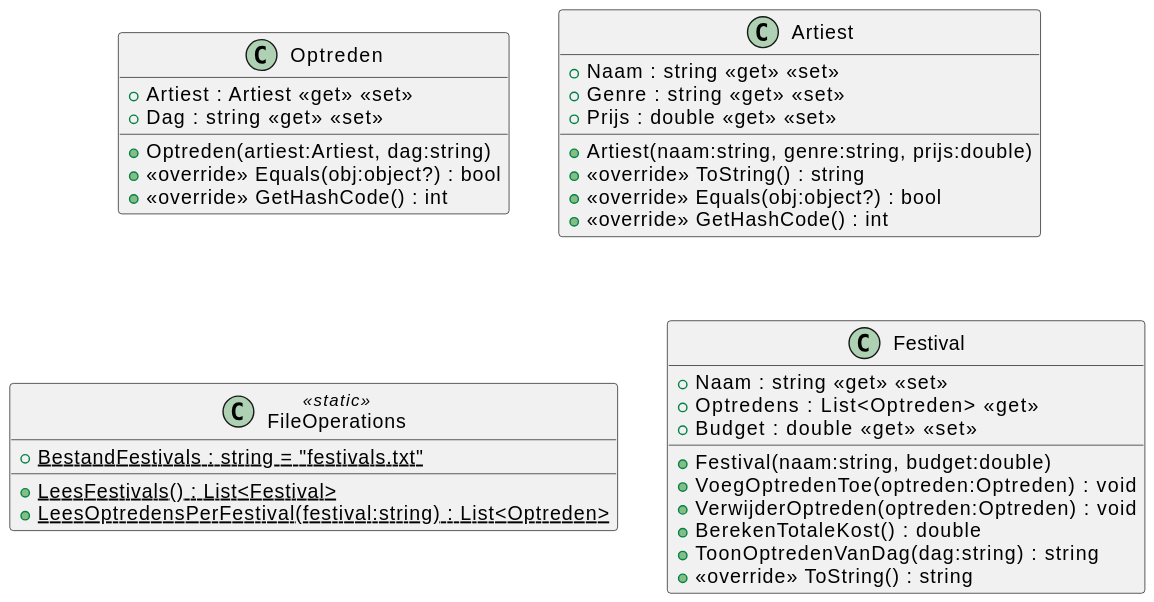
Above: 10/10_02/svg/Overview.svg in it-graduaten/template-csharp-ooprogramming-permanente-evaluatie (PlantUML), before the change. Its diagram source:
```plantuml
@startuml
!include Optreden.puml
!include Artiest.puml
!include FileOperations.puml
!include Festival.puml
@enduml
```
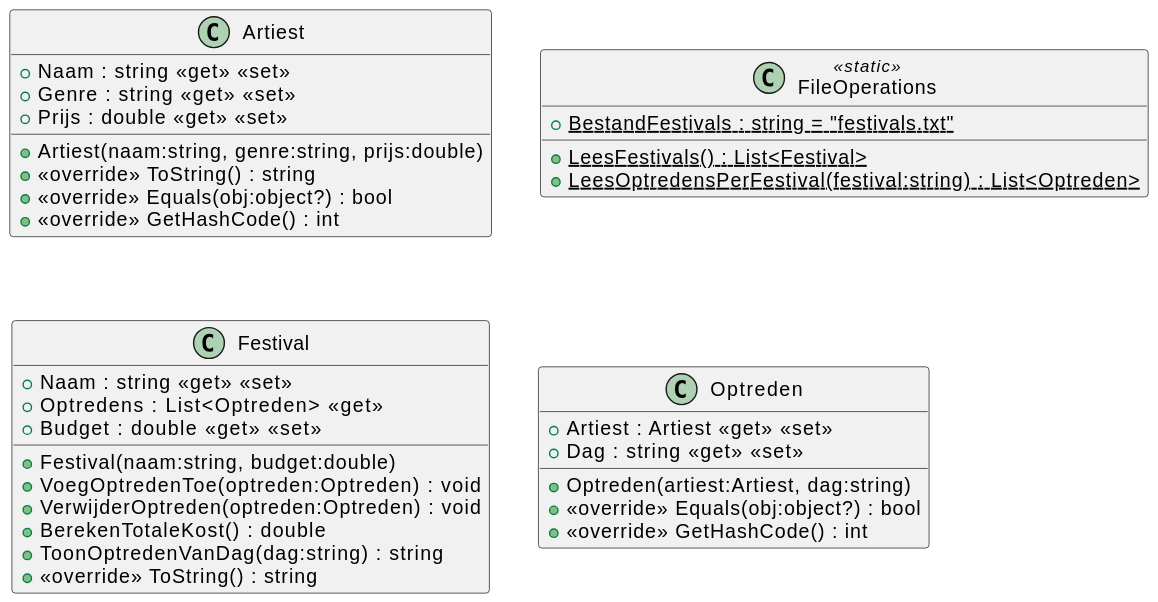
The same file after the commit.

What changed in the source:
```diff
@@ -1,6 +1,6 @@
 @startuml
-!include Optreden.puml
 !include Artiest.puml
 !include FileOperations.puml
 !include Festival.puml
+!include Optreden.puml
 @enduml
```
